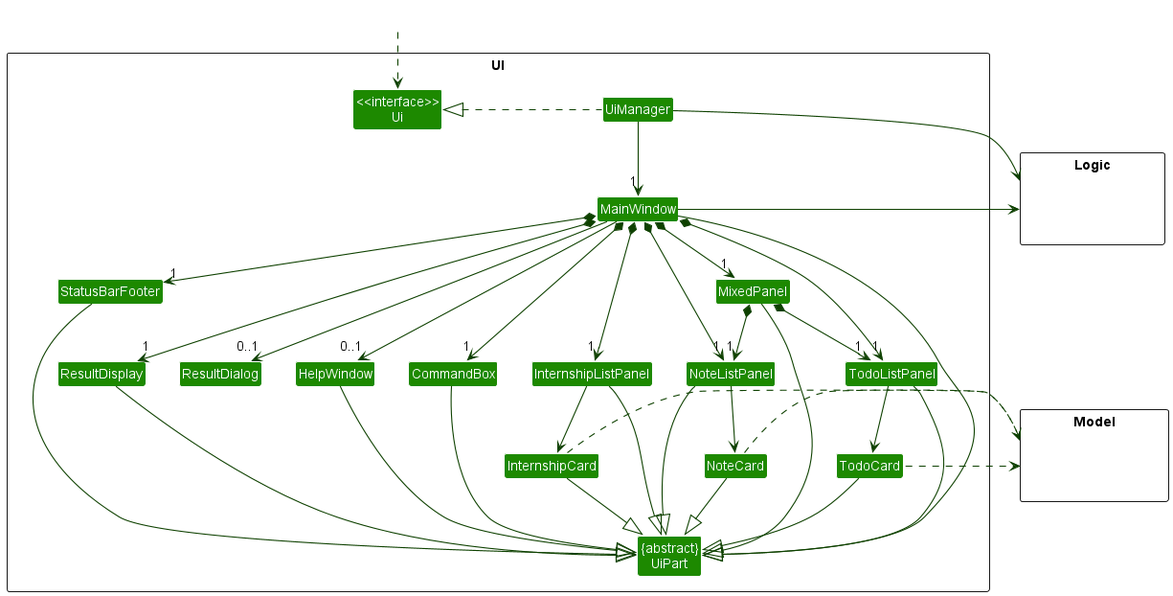
The PlantUML diagram docs/images/UiClassDiagram.png in nus-cs2103-AY2223S2/tp, before a commit.
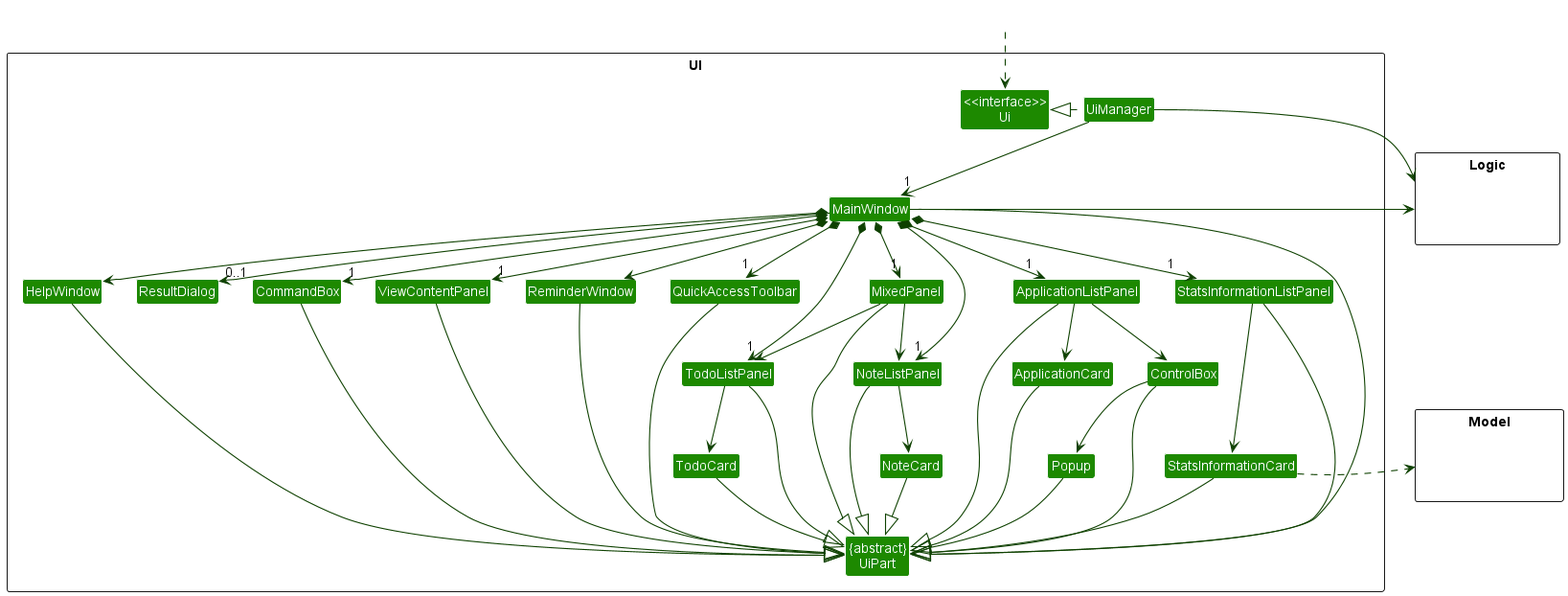
The same file after the commit.

What changed in the source:
```diff
@@ -10,17 +10,22 @@
 Class UiManager
 Class MainWindow
 Class HelpWindow
-Class ResultDisplay
 Class MixedPanel
-Class InternshipListPanel
-Class InternshipCard
-Class TodoListPanel
-Class TodoCard
-Class NoteListPanel
-Class NoteCard
-Class StatusBarFooter
+Class StatsInformationListPanel
+Class StatsInformationCard
 Class CommandBox
 Class ResultDialog
+Class ReminderWindow
+Class ViewContentPanel
+Class QuickAccessToolbar
+Class ControlBox
+Class Popup
+Class ApplicationListPanel
+Class ApplicationCard
+Class TodoListPanel
+Class NoteListPanel
+Class TodoCard
+Class NoteCard
 }
 
 package Model <<Rectangle>> {
@@ -37,53 +42,58 @@
 UiManager .left.|> Ui
 UiManager -down-> "1" MainWindow
 MainWindow *-down->  "1" CommandBox
-MainWindow *-down-> "1" ResultDisplay
 MainWindow *-down-> "1" MixedPanel
-MainWindow *-down-> "1" InternshipListPanel
+MainWindow *-down-> "1" StatsInformationListPanel
+MainWindow *-down-> HelpWindow
+MainWindow --> "0..1" ResultDialog
+MainWindow *-down-> ReminderWindow
+MainWindow *-down-> "1" ViewContentPanel
+MainWindow *-down-> "1" QuickAccessToolbar
+MainWindow *-down-> "1" ApplicationListPanel
 MainWindow *-down-> "1" TodoListPanel
 MainWindow *-down-> "1" NoteListPanel
-MainWindow *-down-> "1" StatusBarFooter
-MainWindow --> "0..1" HelpWindow
-MainWindow --> "0..1" ResultDialog
-MixedPanel *-down-> "1" NoteListPanel
-MixedPanel *-down-> "1" TodoListPanel
 
 MainWindow --|> UiPart
-ResultDisplay --|> UiPart
 CommandBox --|> UiPart
-InternshipListPanel --|> UiPart
+StatsInformationListPanel --|> UiPart
+MixedPanel --|> UiPart
+HelpWindow --|> UiPart
+StatsInformationCard --|> UiPart
+TodoCard --|> UiPart
+NoteCard --|> UiPart
+ReminderWindow --|> UiPart
+ViewContentPanel --|> UiPart
+QuickAccessToolbar --|> UiPart
+ApplicationListPanel --|> UiPart
 TodoListPanel --|> UiPart
 NoteListPanel --|> UiPart
-MixedPanel --|> UiPart
-StatusBarFooter --|> UiPart
-HelpWindow --|> UiPart
-TodoCard --|> UiPart
-NoteCard --|> UiPart
-InternshipCard --|> UiPart
+ControlBox --|> UiPart
+Popup --|> UiPart
+ApplicationCard --|> UiPart
 
-InternshipListPanel -down-> InternshipCard
+MixedPanel -down-> TodoListPanel
+MixedPanel -down-> NoteListPanel
+StatsInformationListPanel -down-> StatsInformationCard
 TodoListPanel -down-> TodoCard
 NoteListPanel -down-> NoteCard
+ApplicationListPanel -down-> ControlBox
+ApplicationListPanel -down-> ApplicationCard
+ControlBox -down-> Popup
 
-InternshipCard .right.> Model
-TodoCard .left.> Model
-NoteCard ..> Model
+StatsInformationCard .right.> Model
 UiManager -right-> Logic
 MainWindow -left-> Logic
 
-InternshipListPanel -[hidden]left- CommandBox
-HelpWindow -[hidden]right- CommandBox
-CommandBox -[hidden]left- ResultDisplay
-CommandBox -[hidden]left- ResultDialog
-ResultDisplay -[hidden]left- StatusBarFooter
-InternshipListPanel -[hidden]left- ResultDialog
-InternshipListPanel -[hidden]right- NoteListPanel
-InternshipListPanel -[hidden]right- TodoListPanel
-NoteListPanel -[hidden]right- TodoListPanel
-Ui -[hidden]right- StatusBarFooter
-
-
-
+HelpWindow -[hidden]right- ResultDialog
+ResultDialog -[hidden]right- CommandBox
+CommandBox -[hidden]right- ViewContentPanel
+ViewContentPanel -[hidden]right- ReminderWindow
+ReminderWindow -[hidden]right- QuickAccessToolbar
+QuickAccessToolbar -[hidden]right- ApplicationListPanel
+ApplicationListPanel -[hidden]right- StatsInformationListPanel
+MixedPanel -[hidden]right- StatsInformationListPanel
+MainWindow -[hidden]right- QuickAccessToolbar
+ApplicationCard -[hidden]right- ControlBox
 
 MainWindow -[hidden]-|> UiPart
 @enduml
```
